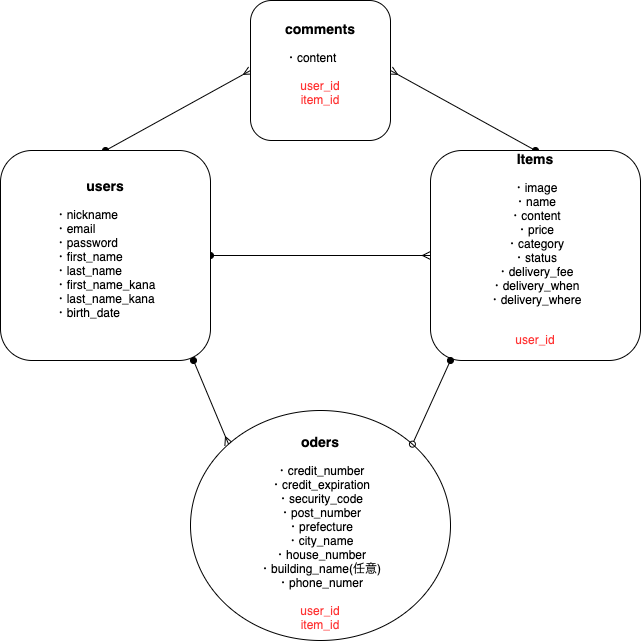
The draw.io diagram furima-29676.png in yuma-matsui/furima-29676, before a commit. Source tidied: cells renumbered, new cells last; positions are measured from the earlier drawing's top-left corner, leaving out a move shared by most shapes.
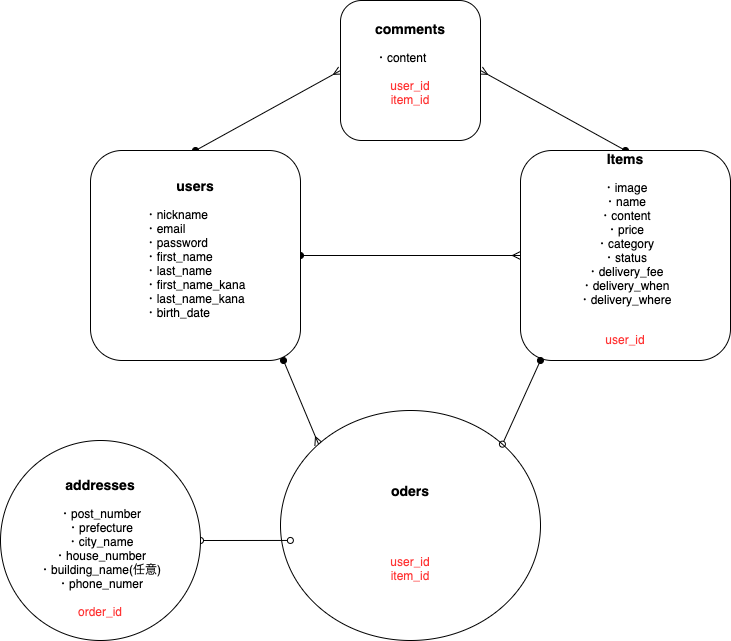
After the change.

Diff of the diagram source:
```diff
@@ -25,11 +25,17 @@
     <mxCell id="8" value="&lt;h3&gt;Items&lt;/h3&gt;&lt;div&gt;・image&lt;/div&gt;&lt;div&gt;・name&lt;/div&gt;&lt;div&gt;・content&lt;/div&gt;&lt;div&gt;・price&lt;/div&gt;&lt;div&gt;&lt;div style=&quot;font-size: 11px&quot;&gt;&lt;span style=&quot;font-size: 12px&quot;&gt;・category&lt;/span&gt;&lt;br&gt;&lt;/div&gt;&lt;div&gt;・status&lt;/div&gt;&lt;/div&gt;&lt;div&gt;&lt;div style=&quot;font-size: 11px&quot;&gt;&lt;span style=&quot;font-size: 12px&quot;&gt;・delivery_fee&lt;/span&gt;&lt;br&gt;&lt;/div&gt;&lt;div&gt;・delivery_when&lt;/div&gt;&lt;div&gt;・delivery_where&lt;/div&gt;&lt;/div&gt;&lt;div&gt;&lt;div style=&quot;font-size: 11px&quot;&gt;&lt;br&gt;&lt;/div&gt;&lt;div style=&quot;font-size: 11px&quot;&gt;&lt;br&gt;&lt;/div&gt;&lt;/div&gt;&lt;div style=&quot;font-size: 11px&quot;&gt;&lt;span style=&quot;font-size: 12px&quot;&gt;&lt;font color=&quot;#ff3333&quot;&gt;user_id&lt;/font&gt;&lt;/span&gt;&lt;/div&gt;&lt;div style=&quot;text-align: left ; font-size: 11px&quot;&gt;&lt;span style=&quot;font-size: 12px&quot;&gt;&lt;font color=&quot;#ff3333&quot;&gt;&lt;br&gt;&lt;/font&gt;&lt;/span&gt;&lt;/div&gt;&lt;div style=&quot;text-align: left ; font-size: 11px&quot;&gt;&lt;span style=&quot;font-size: 12px&quot;&gt;&lt;br&gt;&lt;/span&gt;&lt;/div&gt;" style="whiteSpace=wrap;html=1;align=center;rounded=1;" parent="1" vertex="1">
       <mxGeometry x="430" y="150" width="210" height="210" as="geometry" />
     </mxCell>
-    <mxCell id="9" value="&lt;h3&gt;&lt;font color=&quot;#000000&quot;&gt;oders&lt;/font&gt;&lt;/h3&gt;&lt;div&gt;&lt;div&gt;&lt;font color=&quot;#000000&quot;&gt;・credit_number&lt;/font&gt;&lt;/div&gt;&lt;div&gt;&lt;font color=&quot;#000000&quot;&gt;・credit_expiration&lt;/font&gt;&lt;/div&gt;&lt;div&gt;&lt;font color=&quot;#000000&quot;&gt;・security_code&lt;/font&gt;&lt;/div&gt;&lt;/div&gt;&lt;div&gt;&lt;div&gt;&lt;font color=&quot;#000000&quot;&gt;・post_number&lt;/font&gt;&lt;/div&gt;&lt;div&gt;&lt;font color=&quot;#000000&quot;&gt;・prefecture&lt;/font&gt;&lt;/div&gt;&lt;div&gt;&lt;font color=&quot;#000000&quot;&gt;・city_name&lt;/font&gt;&lt;/div&gt;&lt;div&gt;&lt;font color=&quot;#000000&quot;&gt;・house_number&lt;/font&gt;&lt;/div&gt;&lt;div&gt;&lt;font color=&quot;#000000&quot;&gt;・building_name(任意)&lt;/font&gt;&lt;/div&gt;&lt;div&gt;&lt;font color=&quot;#000000&quot;&gt;・phone_numer&lt;/font&gt;&lt;/div&gt;&lt;/div&gt;&lt;div&gt;&lt;font color=&quot;#000000&quot;&gt;&lt;br&gt;&lt;/font&gt;&lt;/div&gt;&lt;div&gt;user_id&lt;/div&gt;&lt;div&gt;item_id&lt;/div&gt;" style="ellipse;whiteSpace=wrap;html=1;rounded=0;fontColor=#FF3333;" parent="1" vertex="1">
+    <mxCell id="9" value="&lt;h3&gt;&lt;font color=&quot;#000000&quot;&gt;oders&lt;/font&gt;&lt;/h3&gt;&lt;div&gt;&lt;br&gt;&lt;/div&gt;&lt;div&gt;&lt;br&gt;&lt;/div&gt;&lt;div&gt;&lt;font color=&quot;#000000&quot;&gt;&lt;br&gt;&lt;/font&gt;&lt;/div&gt;&lt;div&gt;user_id&lt;/div&gt;&lt;div&gt;item_id&lt;/div&gt;" style="ellipse;whiteSpace=wrap;html=1;rounded=0;fontColor=#FF3333;" parent="1" vertex="1">
       <mxGeometry x="190" y="410" width="260" height="230" as="geometry" />
     </mxCell>
     <mxCell id="10" style="edgeStyle=none;rounded=0;jettySize=auto;html=1;exitX=1;exitY=0;exitDx=0;exitDy=0;startArrow=oval;startFill=0;endArrow=oval;endFill=1;strokeColor=#000000;fontColor=#FF3333;entryX=0.095;entryY=1;entryDx=0;entryDy=0;entryPerimeter=0;" parent="1" edge="1" source="9" target="8">
       <mxGeometry relative="1" as="geometry" />
     </mxCell>
+    <mxCell id="11" style="edgeStyle=orthogonalEdgeStyle;rounded=0;jettySize=auto;html=1;exitX=1;exitY=0.5;exitDx=0;exitDy=0;entryX=0.038;entryY=0.565;entryDx=0;entryDy=0;entryPerimeter=0;startArrow=oval;startFill=0;endArrow=oval;endFill=0;" parent="1" edge="1" source="12" target="9">
+      <mxGeometry relative="1" as="geometry" />
+    </mxCell>
+    <mxCell id="12" value="&lt;h3&gt;addresses&lt;/h3&gt;&lt;div&gt;&lt;div style=&quot;color: rgb(255 , 51 , 51)&quot;&gt;&lt;font color=&quot;#000000&quot;&gt;・post_number&lt;/font&gt;&lt;/div&gt;&lt;div style=&quot;color: rgb(255 , 51 , 51)&quot;&gt;&lt;font color=&quot;#000000&quot;&gt;・prefecture&lt;/font&gt;&lt;/div&gt;&lt;div style=&quot;color: rgb(255 , 51 , 51)&quot;&gt;&lt;font color=&quot;#000000&quot;&gt;・city_name&lt;/font&gt;&lt;/div&gt;&lt;div style=&quot;color: rgb(255 , 51 , 51)&quot;&gt;&lt;font color=&quot;#000000&quot;&gt;・house_number&lt;/font&gt;&lt;/div&gt;&lt;div style=&quot;color: rgb(255 , 51 , 51)&quot;&gt;&lt;font color=&quot;#000000&quot;&gt;・building_name(任意)&lt;/font&gt;&lt;/div&gt;&lt;div style=&quot;color: rgb(255 , 51 , 51)&quot;&gt;&lt;font color=&quot;#000000&quot;&gt;・phone_numer&lt;/font&gt;&lt;/div&gt;&lt;/div&gt;&lt;div style=&quot;color: rgb(255 , 51 , 51)&quot;&gt;&lt;font color=&quot;#000000&quot;&gt;&lt;br&gt;&lt;/font&gt;&lt;/div&gt;&lt;div&gt;&lt;font color=&quot;#ff3333&quot;&gt;order_id&lt;/font&gt;&lt;/div&gt;" style="ellipse;whiteSpace=wrap;html=1;" parent="1" vertex="1">
+      <mxGeometry x="-90" y="440" width="200" height="200" as="geometry" />
+    </mxCell>
   </root>
 </mxGraphModel>
```
